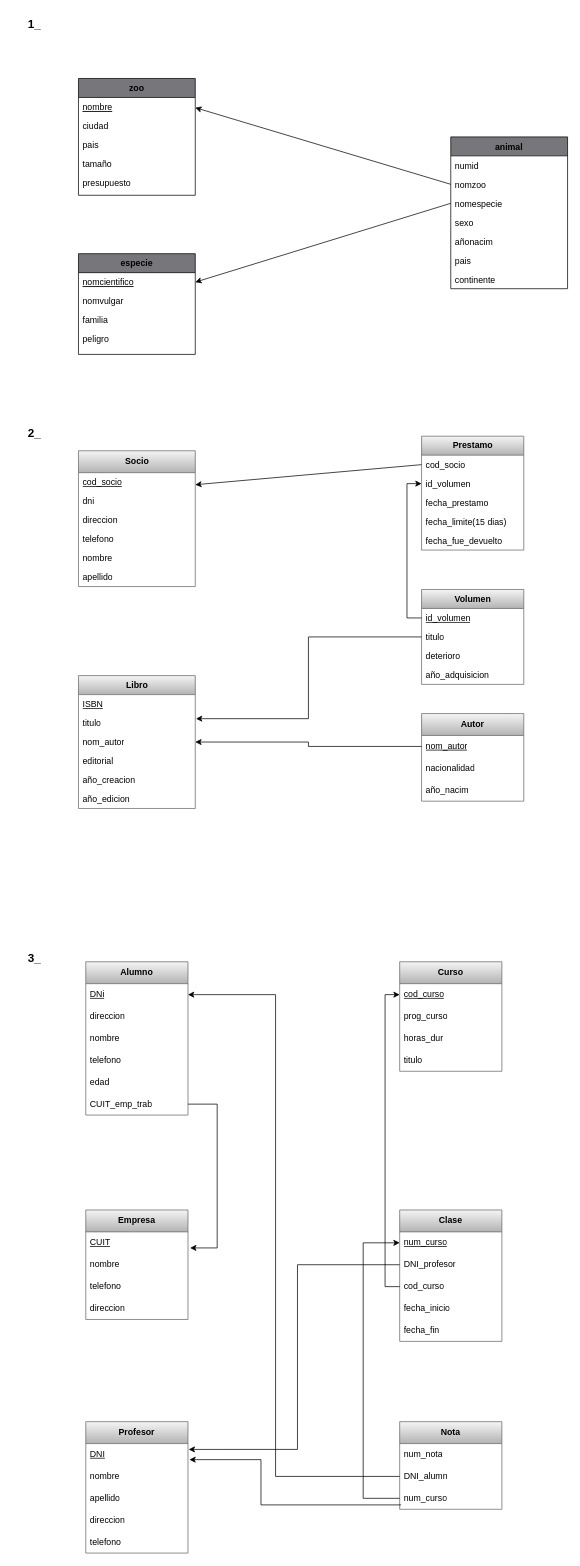
Earlier version of the draw.io diagram Diagrama sin título.drawio (JuanPaBV/DyABasesDatos). Source tidied: cells renumbered, new cells numbered last; positions are measured from the earlier drawing's top-left corner, leaving out a move shared by most shapes. Both pictures are drawn from the tidied source at 73%, with x=0, y=0 at pixel (12, 12).
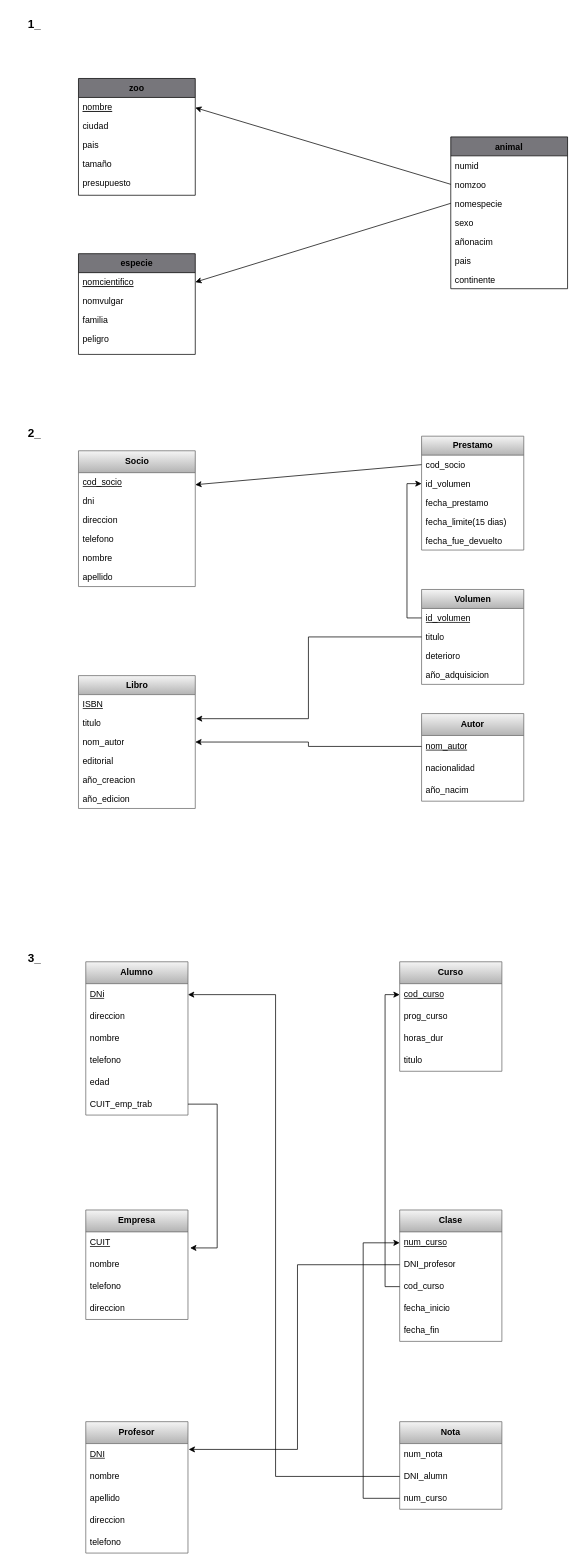
The same diagram, later.

Unchanged cells that the change refers to:
```xml
<mxCell id="77" value="DNI" style="text;strokeColor=none;fillColor=none;align=left;verticalAlign=middle;spacingLeft=4;spacingRight=4;overflow=hidden;points=[[0,0.5],[1,0.5]];portConstraint=eastwest;whiteSpace=wrap;html=1;fontStyle=4;" parent="76" vertex="1">
  <mxGeometry y="30" width="140" height="30" as="geometry" />
</mxCell>
<mxCell id="85" value="num_curso" style="text;strokeColor=none;fillColor=none;align=left;verticalAlign=middle;spacingLeft=4;spacingRight=4;overflow=hidden;points=[[0,0.5],[1,0.5]];portConstraint=eastwest;whiteSpace=wrap;html=1;" parent="82" vertex="1">
  <mxGeometry y="90" width="140" height="30" as="geometry" />
</mxCell>
```

Diff of the diagram source:
```diff
@@
-    <mxCell id="90" style="endArrow=classic;html=1;rounded=0;entryX=1.014;entryY=0.733;entryDx=0;entryDy=0;entryPerimeter=0;exitX=0.014;exitY=0.8;exitDx=0;exitDy=0;exitPerimeter=0;" parent="1" edge="1" source="85" target="77">
-      <mxGeometry relative="1" as="geometry">
-        <Array as="points">
-          <mxPoint x="340" y="2044" />
-          <mxPoint x="340" y="1982" />
-        </Array>
-      </mxGeometry>
-    </mxCell>
```
